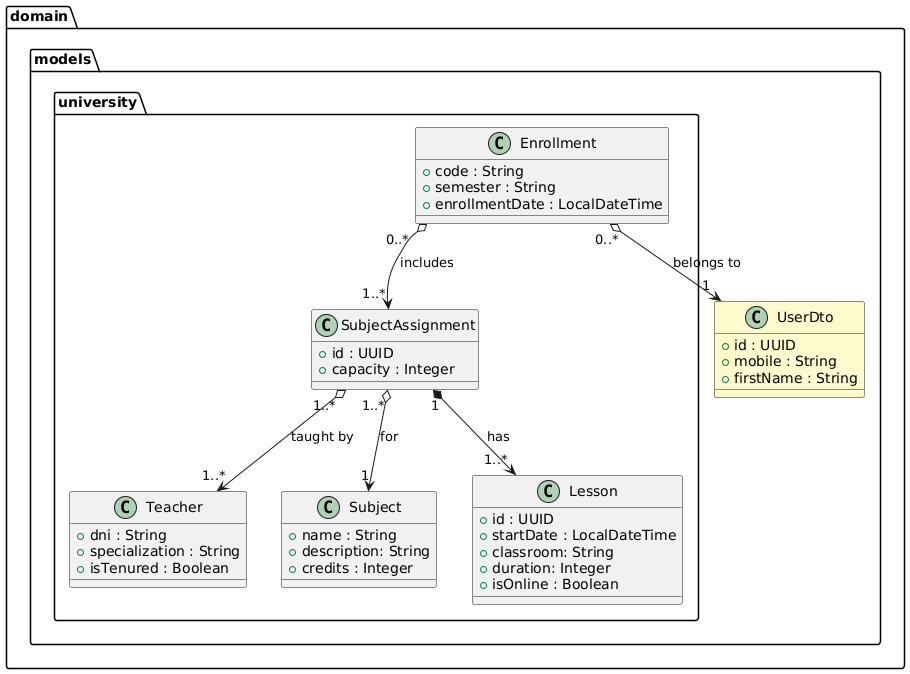
This is docs/university.png from miw-upm/apaw-practice, a PlantUML export, as it was before one commit. Its diagram source:
```plantuml
@startuml
package "domain" {
  package "models" {
    class UserDto #FFFACD {
      +id : UUID
      +mobile : String
      +firstName : String
    }

    package "university" {
      class Teacher {
        +dni : String
        +specialization : String
        +isTenured : Boolean
      }

      class Subject {
        +name : String
        +description: String
        +credits : Integer
      }

      class Lesson {
        +id : UUID
        +startDate : LocalDateTime
        +classroom: String
        +duration: Integer
        +isOnline : Boolean
      }

      class Enrollment {
        +code : String
        +semester : String
        +enrollmentDate : LocalDateTime
      }

      class SubjectAssignment {
        +id : UUID
        +capacity : Integer
      }
    }
  }
}

Enrollment "0..*" o--> "1" UserDto : belongs to
Enrollment "0..*" o--> "1..*" SubjectAssignment : includes
SubjectAssignment "1..*" o--> "1" Subject : for
SubjectAssignment "1..*" o--> "1..*" Teacher : taught by
SubjectAssignment "1" *--> "1..*" Lesson : has
@enduml
```
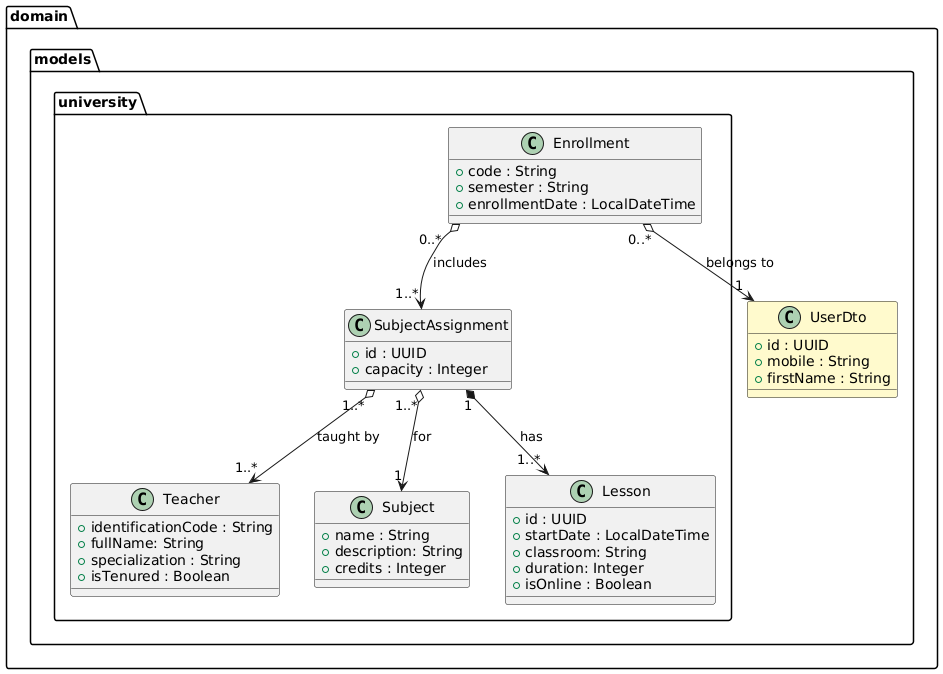
The same diagram one commit later.

Commit message:
University model diagram and teacher class updated #1156

The edit, as a diff of the source:
```diff
@@ -9,7 +9,8 @@
 
     package "university" {
       class Teacher {
-        +dni : String
+        +identificationCode : String
+        +fullName: String
         +specialization : String
         +isTenured : Boolean
       }
```
